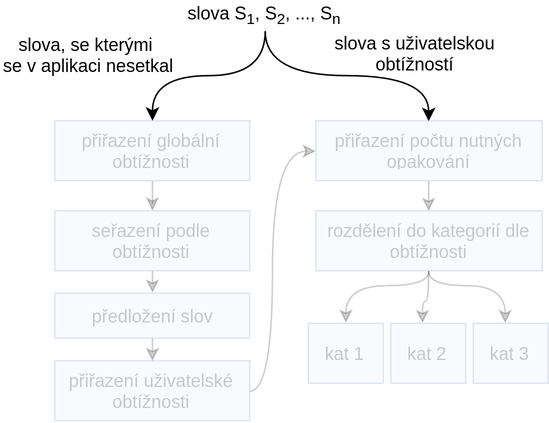
Above: img/words-gen-algorithm-0.png in daniel-madera/dp-presentation (draw.io), before the change. Source tidied: cells renumbered, new cells last; positions are measured from the earlier drawing's top-left corner, leaving out a move shared by most shapes.
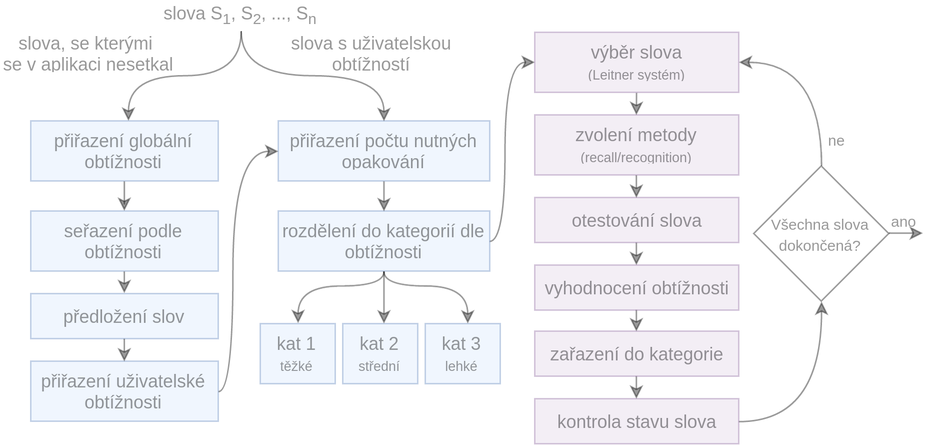
After the change.

The edit, as a diff of the source:
```diff
@@ -1,16 +1,22 @@
-<mxGraphModel background="#ffffff">
+<mxGraphModel>
   <root>
     <mxCell id="0" />
     <mxCell id="1" parent="0" />
+    <mxCell id="4" value="slova S&lt;sub&gt;1&lt;/sub&gt;, S&lt;sub&gt;2&lt;/sub&gt;, ..., S&lt;sub&gt;n&lt;/sub&gt;" style="text;html=1;strokeColor=none;fillColor=none;align=center;verticalAlign=middle;whiteSpace=wrap;textOpacity=40;opacity=40;" parent="1" vertex="1">
+      <mxGeometry x="101" width="150" height="20" as="geometry" />
+    </mxCell>
+    <mxCell id="5" value="přiřazení počtu nutných opakování" style="whiteSpace=wrap;html=1;align=center;fillColor=#dae8fc;strokeColor=#6c8ebf;textOpacity=40;opacity=40;" parent="1" vertex="1">
+      <mxGeometry x="201" y="80" width="141" height="40" as="geometry" />
+    </mxCell>
-    <mxCell id="2" style="edgeStyle=orthogonalEdgeStyle;html=1;exitX=0.5;exitY=1;entryX=0.5;entryY=0;endArrow=classic;endFill=1;jettySize=auto;strokeColor=#000000;curved=1;" parent="1" edge="1" source="4" target="5">
+    <mxCell id="2" style="edgeStyle=orthogonalEdgeStyle;html=1;exitX=0.5;exitY=1;entryX=0.5;entryY=0;endArrow=classic;endFill=1;jettySize=auto;strokeColor=#000000;curved=1;textOpacity=40;opacity=40;" parent="1" edge="1" source="4" target="5">
       <mxGeometry relative="1" as="geometry">
         <Array as="points">
           <mxPoint x="176" y="50" />
-          <mxPoint x="285" y="50" />
+          <mxPoint x="272" y="50" />
         </Array>
       </mxGeometry>
     </mxCell>
-    <mxCell id="3" style="edgeStyle=orthogonalEdgeStyle;curved=1;html=1;exitX=0.5;exitY=1;endArrow=classic;endFill=1;jettySize=auto;strokeColor=#000000;" parent="1" edge="1" source="4" target="7">
+    <mxCell id="3" style="edgeStyle=orthogonalEdgeStyle;curved=1;html=1;exitX=0.5;exitY=1;endArrow=classic;endFill=1;jettySize=auto;strokeColor=#000000;textOpacity=40;opacity=40;" parent="1" edge="1" source="4" target="7">
       <mxGeometry relative="1" as="geometry">
         <Array as="points">
           <mxPoint x="176" y="50" />
@@ -18,90 +24,164 @@
         </Array>
       </mxGeometry>
     </mxCell>
-    <mxCell id="4" value="slova S&lt;sub&gt;1&lt;/sub&gt;, S&lt;sub&gt;2&lt;/sub&gt;, ..., S&lt;sub&gt;n&lt;/sub&gt;" style="text;html=1;strokeColor=none;fillColor=none;align=center;verticalAlign=middle;whiteSpace=wrap;" parent="1" vertex="1">
-      <mxGeometry x="101" width="150" height="20" as="geometry" />
-    </mxCell>
-    <mxCell id="5" value="přiřazení počtu nutných opakování" style="whiteSpace=wrap;html=1;align=center;fillColor=#dae8fc;strokeColor=#6c8ebf;opacity=20;textOpacity=20;" parent="1" vertex="1">
-      <mxGeometry x="210" y="80" width="151" height="40" as="geometry" />
-    </mxCell>
-    <mxCell id="6" style="edgeStyle=orthogonalEdgeStyle;curved=1;html=1;exitX=0.5;exitY=1;endArrow=classic;endFill=1;jettySize=auto;strokeColor=#000000;opacity=20;textOpacity=20;" parent="1" edge="1" source="7" target="10">
-      <mxGeometry relative="1" as="geometry" />
-    </mxCell>
-    <mxCell id="7" value="přiřazení globální obtížnosti" style="whiteSpace=wrap;html=1;align=center;fillColor=#dae8fc;strokeColor=#6c8ebf;opacity=20;textOpacity=20;" parent="1" vertex="1">
-      <mxGeometry x="36" y="80" width="130" height="40" as="geometry" />
+    <mxCell id="7" value="přiřazení globální obtížnosti" style="whiteSpace=wrap;html=1;align=center;fillColor=#dae8fc;strokeColor=#6c8ebf;textOpacity=40;opacity=40;" parent="1" vertex="1">
+      <mxGeometry x="36" y="80" width="125" height="40" as="geometry" />
     </mxCell>
-    <mxCell id="8" value="&lt;div style=&quot;text-align: center&quot;&gt;&lt;span&gt;slova, se kterými&amp;nbsp;&lt;/span&gt;&lt;/div&gt;&lt;div style=&quot;text-align: center&quot;&gt;se v aplikaci nesetkal&lt;/div&gt;" style="text;html=1;" parent="1" vertex="1">
-      <mxGeometry y="16" width="120" height="40" as="geometry" />
+    <mxCell id="8" value="&lt;div style=&quot;text-align: center&quot;&gt;&lt;span&gt;slova, se kterými&amp;nbsp;&lt;/span&gt;&lt;/div&gt;&lt;div style=&quot;text-align: center&quot;&gt;se v aplikaci nesetkal&lt;/div&gt;" style="text;html=1;opacity=40;textOpacity=40;" parent="1" vertex="1">
+      <mxGeometry x="16" y="15" width="120" height="40" as="geometry" />
     </mxCell>
+    <mxCell id="10" value="seřazení podle obtížnosti" style="whiteSpace=wrap;html=1;align=center;fillColor=#dae8fc;strokeColor=#6c8ebf;textOpacity=40;opacity=40;" parent="1" vertex="1">
+      <mxGeometry x="36" y="140" width="125" height="40" as="geometry" />
+    </mxCell>
+    <mxCell id="6" style="edgeStyle=orthogonalEdgeStyle;curved=1;html=1;exitX=0.5;exitY=1;endArrow=classic;endFill=1;jettySize=auto;strokeColor=#000000;textOpacity=40;opacity=40;" parent="1" edge="1" source="7" target="10">
+      <mxGeometry relative="1" as="geometry" />
+    </mxCell>
+    <mxCell id="12" value="předložení slov" style="whiteSpace=wrap;html=1;align=center;fillColor=#dae8fc;strokeColor=#6c8ebf;textOpacity=40;opacity=40;" parent="1" vertex="1">
+      <mxGeometry x="36" y="195" width="125" height="30" as="geometry" />
+    </mxCell>
-    <mxCell id="9" style="edgeStyle=orthogonalEdgeStyle;curved=1;html=1;exitX=0.5;exitY=1;entryX=0.5;entryY=0;endArrow=classic;endFill=1;jettySize=auto;strokeColor=#000000;opacity=20;textOpacity=20;" parent="1" edge="1" source="10" target="12">
+    <mxCell id="9" style="edgeStyle=orthogonalEdgeStyle;curved=1;html=1;exitX=0.5;exitY=1;entryX=0.5;entryY=0;endArrow=classic;endFill=1;jettySize=auto;strokeColor=#000000;textOpacity=40;opacity=40;" parent="1" edge="1" source="10" target="12">
       <mxGeometry relative="1" as="geometry" />
     </mxCell>
-    <mxCell id="10" value="seřazení podle obtížnosti" style="whiteSpace=wrap;html=1;align=center;fillColor=#dae8fc;strokeColor=#6c8ebf;opacity=20;textOpacity=20;" parent="1" vertex="1">
-      <mxGeometry x="36" y="140" width="130" height="40" as="geometry" />
-    </mxCell>
+    <mxCell id="14" value="přiřazení uživatelské obtížnosti" style="whiteSpace=wrap;html=1;align=center;fillColor=#dae8fc;strokeColor=#6c8ebf;textOpacity=40;opacity=40;" parent="1" vertex="1">
+      <mxGeometry x="36" y="240" width="125" height="40" as="geometry" />
+    </mxCell>
-    <mxCell id="11" style="edgeStyle=orthogonalEdgeStyle;curved=1;html=1;exitX=0.5;exitY=1;entryX=0.5;entryY=0;endArrow=classic;endFill=1;jettySize=auto;strokeColor=#000000;opacity=20;textOpacity=20;" parent="1" edge="1" source="12" target="14">
+    <mxCell id="11" style="edgeStyle=orthogonalEdgeStyle;curved=1;html=1;exitX=0.5;exitY=1;entryX=0.5;entryY=0;endArrow=classic;endFill=1;jettySize=auto;strokeColor=#000000;textOpacity=40;opacity=40;" parent="1" edge="1" source="12" target="14">
       <mxGeometry relative="1" as="geometry" />
     </mxCell>
-    <mxCell id="12" value="předložení slov" style="whiteSpace=wrap;html=1;align=center;fillColor=#dae8fc;strokeColor=#6c8ebf;opacity=20;textOpacity=20;" parent="1" vertex="1">
-      <mxGeometry x="36" y="195" width="130" height="30" as="geometry" />
-    </mxCell>
-    <mxCell id="13" style="edgeStyle=orthogonalEdgeStyle;curved=1;html=1;exitX=1;exitY=0.5;entryX=0;entryY=0.5;endArrow=classic;endFill=1;jettySize=auto;strokeColor=#000000;opacity=20;textOpacity=20;" parent="1" edge="1" source="14" target="5">
+    <mxCell id="13" style="edgeStyle=orthogonalEdgeStyle;curved=1;html=1;exitX=1;exitY=0.5;entryX=0;entryY=0.5;endArrow=classic;endFill=1;jettySize=auto;strokeColor=#000000;textOpacity=40;opacity=40;" parent="1" edge="1" source="14" target="5">
       <mxGeometry relative="1" as="geometry">
         <Array as="points">
-          <mxPoint x="181" y="260" />
-          <mxPoint x="181" y="100" />
+          <mxPoint x="171" y="260" />
+          <mxPoint x="171" y="100" />
         </Array>
       </mxGeometry>
     </mxCell>
-    <mxCell id="14" value="přiřazení uživatelské obtížnosti" style="whiteSpace=wrap;html=1;align=center;fillColor=#dae8fc;strokeColor=#6c8ebf;opacity=20;textOpacity=20;" parent="1" vertex="1">
-      <mxGeometry x="36" y="240" width="130" height="40" as="geometry" />
-    </mxCell>
-    <mxCell id="15" value="&lt;div style=&quot;text-align: center&quot;&gt;slova s uživatelskou&lt;/div&gt;&lt;div style=&quot;text-align: center&quot;&gt;obtížností&lt;/div&gt;" style="text;html=1;" parent="1" vertex="1">
-      <mxGeometry x="221" y="15" width="120" height="40" as="geometry" />
+    <mxCell id="15" value="&lt;div style=&quot;text-align: center&quot;&gt;slova s uživatelskou&lt;/div&gt;&lt;div style=&quot;text-align: center&quot;&gt;obtížností&lt;/div&gt;" style="text;html=1;opacity=40;textOpacity=40;" parent="1" vertex="1">
+      <mxGeometry x="208" y="15" width="120" height="40" as="geometry" />
     </mxCell>
-    <mxCell id="16" style="edgeStyle=orthogonalEdgeStyle;curved=1;html=1;exitX=0.5;exitY=1;entryX=0;entryY=0.5;startSize=0;endArrow=classic;endFill=1;endSize=6;jettySize=auto;strokeColor=#000000;opacity=20;textOpacity=20;" parent="1" edge="1" source="19" target="21">
-      <mxGeometry relative="1" as="geometry">
-        <Array as="points">
-          <mxPoint x="285" y="190" />
-          <mxPoint x="230" y="190" />
-        </Array>
-      </mxGeometry>
-    </mxCell>
+    <mxCell id="24" style="edgeStyle=orthogonalEdgeStyle;curved=1;html=1;exitX=1;exitY=0.5;entryX=0;entryY=0.5;startSize=0;endArrow=classic;endFill=1;endSize=6;jettySize=auto;strokeColor=#000000;textOpacity=40;opacity=40;" parent="1" edge="1" source="19" target="33">
+      <mxGeometry relative="1" as="geometry">
+        <Array as="points">
+          <mxPoint x="352" y="160" />
+          <mxPoint x="352" y="41" />
+        </Array>
+      </mxGeometry>
+    </mxCell>
+    <mxCell id="19" value="rozdělení do kategorií dle obtížnosti" style="whiteSpace=wrap;html=1;align=center;fillColor=#dae8fc;strokeColor=#6c8ebf;textOpacity=40;opacity=40;" parent="1" vertex="1">
+      <mxGeometry x="201" y="140" width="141" height="40" as="geometry" />
+    </mxCell>
-    <mxCell id="17" style="edgeStyle=orthogonalEdgeStyle;curved=1;html=1;exitX=0.5;exitY=1;startSize=0;endArrow=classic;endFill=1;endSize=6;jettySize=auto;strokeColor=#000000;opacity=20;textOpacity=20;" parent="1" edge="1" source="19" target="23">
+    <mxCell id="17" style="edgeStyle=orthogonalEdgeStyle;curved=1;html=1;exitX=0.5;exitY=1;startSize=0;endArrow=classic;endFill=1;endSize=6;jettySize=auto;strokeColor=#000000;textOpacity=40;opacity=40;" parent="1" edge="1" source="19" target="23">
       <mxGeometry relative="1" as="geometry">
         <Array as="points">
-          <mxPoint x="285" y="200" />
-          <mxPoint x="281" y="200" />
+          <mxPoint x="272" y="190" />
+          <mxPoint x="272" y="190" />
         </Array>
       </mxGeometry>
     </mxCell>
-    <mxCell id="18" style="edgeStyle=orthogonalEdgeStyle;curved=1;html=1;exitX=0.5;exitY=1;startSize=0;endArrow=classic;endFill=1;endSize=6;jettySize=auto;strokeColor=#000000;opacity=20;textOpacity=20;" parent="1" edge="1" source="19" target="22">
-      <mxGeometry relative="1" as="geometry">
-        <Array as="points">
-          <mxPoint x="285" y="190" />
-          <mxPoint x="336" y="190" />
-        </Array>
-      </mxGeometry>
-    </mxCell>
-    <mxCell id="19" value="rozdělení do kategorií dle obtížnosti" style="whiteSpace=wrap;html=1;align=center;fillColor=#dae8fc;strokeColor=#6c8ebf;opacity=20;textOpacity=20;" parent="1" vertex="1">
-      <mxGeometry x="210" y="140" width="151" height="40" as="geometry" />
-    </mxCell>
-    <mxCell id="20" style="edgeStyle=orthogonalEdgeStyle;curved=1;html=1;exitX=0.5;exitY=1;endArrow=classic;endFill=1;jettySize=auto;strokeColor=#000000;entryX=0.5;entryY=0;opacity=20;textOpacity=20;" parent="1" edge="1" source="5" target="19">
-      <mxGeometry x="184.9" y="130.1" as="geometry">
+    <mxCell id="20" style="edgeStyle=orthogonalEdgeStyle;curved=1;html=1;exitX=0.5;exitY=1;endArrow=classic;endFill=1;jettySize=auto;strokeColor=#000000;entryX=0.5;entryY=0;textOpacity=40;opacity=40;" parent="1" edge="1" source="5" target="19">
+      <mxGeometry x="175.9" y="130.1" as="geometry">
         <Array as="points">
-          <mxPoint x="285" y="120" />
-          <mxPoint x="285" y="140" />
+          <mxPoint x="271" y="130" />
+          <mxPoint x="271" y="130" />
         </Array>
       </mxGeometry>
     </mxCell>
-    <mxCell id="21" value="kat 1" style="whiteSpace=wrap;html=1;strokeWidth=1;align=center;direction=south;fillColor=#dae8fc;strokeColor=#6c8ebf;opacity=20;textOpacity=20;" parent="1" vertex="1">
-      <mxGeometry x="205" y="215" width="50" height="40" as="geometry" />
+    <mxCell id="21" value="kat 1&lt;div&gt;&lt;font style=&quot;font-size: 9px&quot;&gt;těžké&lt;/font&gt;&lt;/div&gt;" style="whiteSpace=wrap;html=1;strokeWidth=1;align=center;direction=south;fillColor=#dae8fc;strokeColor=#6c8ebf;textOpacity=40;opacity=40;" parent="1" vertex="1">
+      <mxGeometry x="189" y="215" width="50" height="40" as="geometry" />
     </mxCell>
+    <mxCell id="16" style="edgeStyle=orthogonalEdgeStyle;curved=1;html=1;exitX=0.5;exitY=1;entryX=0;entryY=0.5;startSize=0;endArrow=classic;endFill=1;endSize=6;jettySize=auto;strokeColor=#000000;textOpacity=40;opacity=40;" parent="1" edge="1" source="19" target="21">
+      <mxGeometry relative="1" as="geometry">
+        <Array as="points">
+          <mxPoint x="271" y="190" />
+          <mxPoint x="214" y="190" />
+        </Array>
+      </mxGeometry>
+    </mxCell>
-    <mxCell id="22" value="kat 3" style="whiteSpace=wrap;html=1;strokeWidth=1;align=center;direction=south;fillColor=#dae8fc;strokeColor=#6c8ebf;opacity=20;textOpacity=20;" parent="1" vertex="1">
-      <mxGeometry x="315" y="215" width="50" height="40" as="geometry" />
+    <mxCell id="22" value="kat 3&lt;div&gt;&lt;font style=&quot;font-size: 9px&quot;&gt;lehké&lt;/font&gt;&lt;/div&gt;" style="whiteSpace=wrap;html=1;strokeWidth=1;align=center;direction=south;fillColor=#dae8fc;strokeColor=#6c8ebf;textOpacity=40;opacity=40;" parent="1" vertex="1">
+      <mxGeometry x="299" y="215" width="50" height="40" as="geometry" />
     </mxCell>
-    <mxCell id="23" value="kat 2" style="whiteSpace=wrap;html=1;strokeWidth=1;align=center;direction=south;fillColor=#dae8fc;strokeColor=#6c8ebf;opacity=20;textOpacity=20;" parent="1" vertex="1">
-      <mxGeometry x="260" y="215" width="50" height="40" as="geometry" />
+    <mxCell id="23" value="kat 2&lt;div&gt;&lt;font style=&quot;font-size: 9px&quot;&gt;střední&lt;/font&gt;&lt;/div&gt;" style="whiteSpace=wrap;html=1;strokeWidth=1;align=center;direction=south;fillColor=#dae8fc;strokeColor=#6c8ebf;textOpacity=40;opacity=40;" parent="1" vertex="1">
+      <mxGeometry x="244" y="215" width="50" height="40" as="geometry" />
     </mxCell>
+    <mxCell id="18" style="edgeStyle=orthogonalEdgeStyle;curved=1;html=1;exitX=0.5;exitY=1;startSize=0;endArrow=classic;endFill=1;endSize=6;jettySize=auto;strokeColor=#000000;textOpacity=40;opacity=40;" parent="1" edge="1" source="19" target="22">
+      <mxGeometry relative="1" as="geometry">
+        <Array as="points">
+          <mxPoint x="271" y="190" />
+          <mxPoint x="327" y="190" />
+        </Array>
+      </mxGeometry>
+    </mxCell>
+    <mxCell id="25" style="edgeStyle=orthogonalEdgeStyle;curved=1;html=1;exitX=0.5;exitY=1;entryX=0.5;entryY=0;startSize=0;endArrow=classic;endFill=1;endSize=6;jettySize=auto;strokeColor=#000000;textOpacity=40;opacity=40;" parent="1" edge="1" source="26" target="31">
+      <mxGeometry relative="1" as="geometry" />
+    </mxCell>
+    <mxCell id="26" value="otestování slova" style="whiteSpace=wrap;html=1;align=center;fillColor=#e1d5e7;strokeColor=#9673a6;textOpacity=40;opacity=40;" parent="1" vertex="1">
+      <mxGeometry x="372" y="131" width="136" height="30" as="geometry" />
+    </mxCell>
+    <mxCell id="27" style="edgeStyle=orthogonalEdgeStyle;curved=1;html=1;exitX=0.5;exitY=1;startSize=0;endArrow=classic;endFill=1;endSize=6;jettySize=auto;strokeColor=#000000;entryX=0.5;entryY=0;textOpacity=40;opacity=40;" parent="1" edge="1" source="28" target="26">
+      <mxGeometry relative="1" as="geometry" />
+    </mxCell>
+    <mxCell id="28" value="zvolení metody &lt;font style=&quot;font-size: 9px&quot;&gt;(recall/recognition)&lt;/font&gt;" style="whiteSpace=wrap;html=1;align=center;fillColor=#e1d5e7;strokeColor=#9673a6;textOpacity=40;opacity=40;" parent="1" vertex="1">
+      <mxGeometry x="372" y="76" width="136" height="40" as="geometry" />
+    </mxCell>
+    <mxCell id="29" style="edgeStyle=orthogonalEdgeStyle;curved=1;html=1;startSize=0;endArrow=classic;endFill=1;endSize=6;jettySize=auto;strokeColor=#000000;exitX=1;exitY=0.5;entryX=0.5;entryY=1;textOpacity=40;opacity=40;" parent="1" edge="1" source="39" target="38">
+      <mxGeometry relative="1" as="geometry">
+        <Array as="points">
+          <mxPoint x="563" y="280" />
+        </Array>
+      </mxGeometry>
+    </mxCell>
+    <mxCell id="30" style="edgeStyle=orthogonalEdgeStyle;curved=1;html=1;exitX=0.5;exitY=1;entryX=0.5;entryY=0;startSize=0;endArrow=classic;endFill=1;endSize=6;jettySize=auto;strokeColor=#000000;textOpacity=40;opacity=40;" parent="1" edge="1" source="31" target="41">
+      <mxGeometry relative="1" as="geometry" />
+    </mxCell>
+    <mxCell id="31" value="vyhodnocení obtížnosti" style="whiteSpace=wrap;html=1;align=center;fillColor=#e1d5e7;strokeColor=#9673a6;textOpacity=40;opacity=40;" parent="1" vertex="1">
+      <mxGeometry x="372" y="176" width="136" height="30" as="geometry" />
+    </mxCell>
+    <mxCell id="32" style="edgeStyle=orthogonalEdgeStyle;curved=1;html=1;exitX=0.5;exitY=1;entryX=0.5;entryY=0;startSize=0;endArrow=classic;endFill=1;endSize=6;jettySize=auto;strokeColor=#000000;textOpacity=40;opacity=40;" parent="1" edge="1" target="28">
+      <mxGeometry relative="1" as="geometry">
+        <mxPoint x="439.9" y="61.3" as="sourcePoint" />
+      </mxGeometry>
+    </mxCell>
+    <mxCell id="33" value="výběr slova&lt;div&gt;&lt;font style=&quot;font-size: 9px&quot;&gt;(Leitner systém)&lt;/font&gt;&lt;/div&gt;" style="whiteSpace=wrap;html=1;align=center;fillColor=#e1d5e7;strokeColor=#9673a6;textOpacity=40;opacity=40;" parent="1" vertex="1">
+      <mxGeometry x="372" y="21" width="136" height="40" as="geometry" />
+    </mxCell>
+    <mxCell id="34" style="edgeStyle=orthogonalEdgeStyle;curved=1;html=1;exitX=0.5;exitY=0;entryX=1;entryY=0.5;startSize=0;endArrow=classic;endFill=1;endSize=6;jettySize=auto;strokeColor=#000000;textOpacity=40;opacity=40;" parent="1" edge="1" source="38">
+      <mxGeometry relative="1" as="geometry">
+        <mxPoint x="507.9" y="41.3" as="targetPoint" />
+        <Array as="points">
+          <mxPoint x="563" y="41" />
+        </Array>
+      </mxGeometry>
+    </mxCell>
+    <mxCell id="35" value="ne" style="text;html=1;align=center;verticalAlign=middle;labelBackgroundColor=none;fontSize=10;textOpacity=40;" parent="34" vertex="1">
+      <mxGeometry x="-0.39" y="12" relative="1" as="geometry">
+        <mxPoint x="22" y="20" as="offset" />
+      </mxGeometry>
+    </mxCell>
+    <mxCell id="36" style="edgeStyle=orthogonalEdgeStyle;rounded=1;html=1;startSize=0;endArrow=classic;endFill=1;endSize=6;jettySize=auto;strokeColor=#000000;exitX=1;exitY=0.5;textOpacity=40;opacity=40;" parent="1" edge="1" source="38">
+      <mxGeometry relative="1" as="geometry">
+        <mxPoint x="631" y="155" as="targetPoint" />
+        <Array as="points">
+          <mxPoint x="621" y="155" />
+          <mxPoint x="621" y="155" />
+        </Array>
+      </mxGeometry>
+    </mxCell>
+    <mxCell id="37" value="ano" style="text;html=1;align=center;verticalAlign=middle;labelBackgroundColor=none;spacing=2;spacingTop=0;spacingLeft=0;fontSize=10;textOpacity=40;" parent="36" vertex="1">
+      <mxGeometry x="-0.31" y="2" relative="1" as="geometry">
+        <mxPoint x="2" y="-7" as="offset" />
+      </mxGeometry>
+    </mxCell>
+    <mxCell id="38" value="&lt;font style=&quot;font-size: 10px&quot;&gt;Všechna slova dokončená?&lt;/font&gt;" style="rhombus;whiteSpace=wrap;html=1;textOpacity=40;opacity=40;" parent="1" vertex="1">
+      <mxGeometry x="518" y="110" width="90" height="90" as="geometry" />
+    </mxCell>
+    <mxCell id="39" value="kontrola stavu slova" style="whiteSpace=wrap;html=1;align=center;fillColor=#e1d5e7;strokeColor=#9673a6;textOpacity=40;opacity=40;" parent="1" vertex="1">
+      <mxGeometry x="372" y="265" width="136" height="30" as="geometry" />
+    </mxCell>
+    <mxCell id="40" style="edgeStyle=orthogonalEdgeStyle;curved=1;html=1;exitX=0.5;exitY=1;entryX=0.5;entryY=0;startSize=0;endArrow=classic;endFill=1;endSize=6;jettySize=auto;strokeColor=#000000;textOpacity=40;opacity=40;" parent="1" edge="1" source="41" target="39">
+      <mxGeometry relative="1" as="geometry" />
+    </mxCell>
+    <mxCell id="41" value="zařazení do kategorie" style="whiteSpace=wrap;html=1;align=center;fillColor=#e1d5e7;strokeColor=#9673a6;textOpacity=40;opacity=40;" parent="1" vertex="1">
+      <mxGeometry x="372" y="220" width="136" height="30" as="geometry" />
+    </mxCell>
   </root>
 </mxGraphModel>
```
